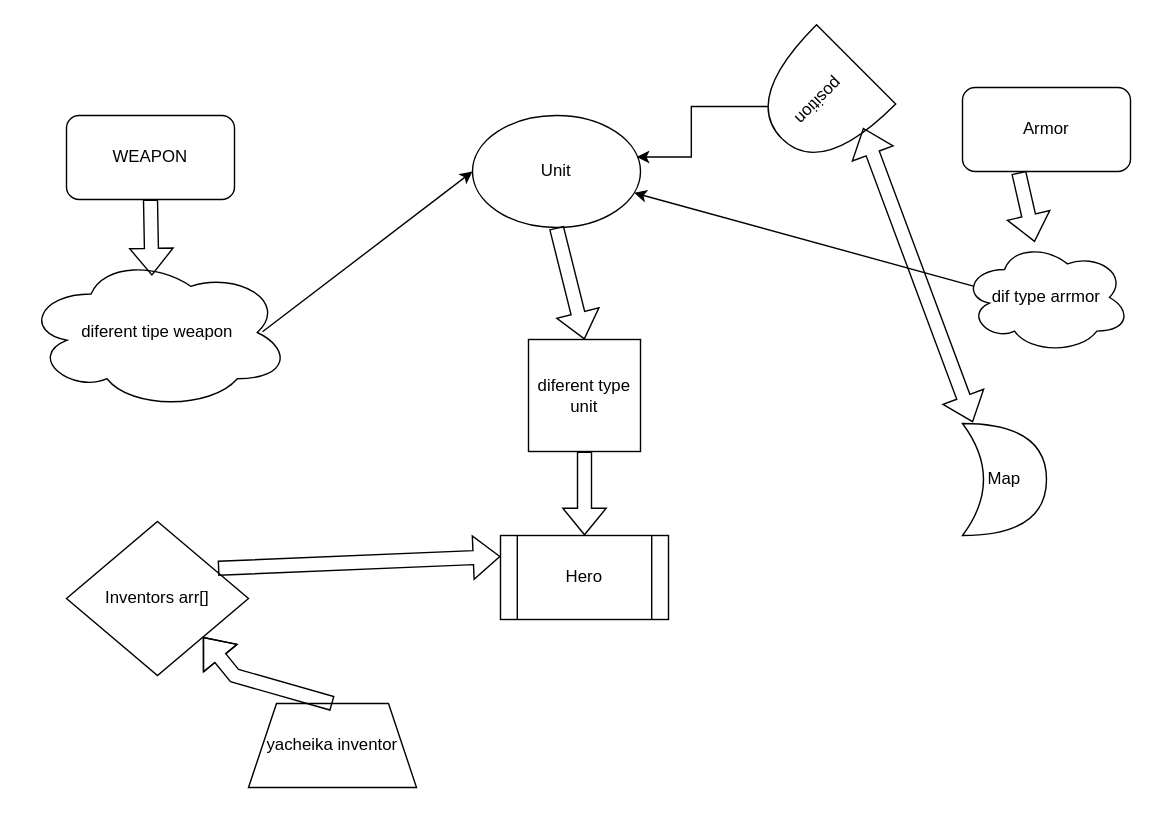
Before: Діаграма без назви.drawio in ngnlzer0/second_cours, a draw.io diagram. Source tidied: cells renumbered, new cells numbered last; positions are measured from the earlier drawing's top-left corner, leaving out a move shared by most shapes. Both pictures are drawn from the tidied source at 140%, with x=0, y=0 at pixel (24, 45).
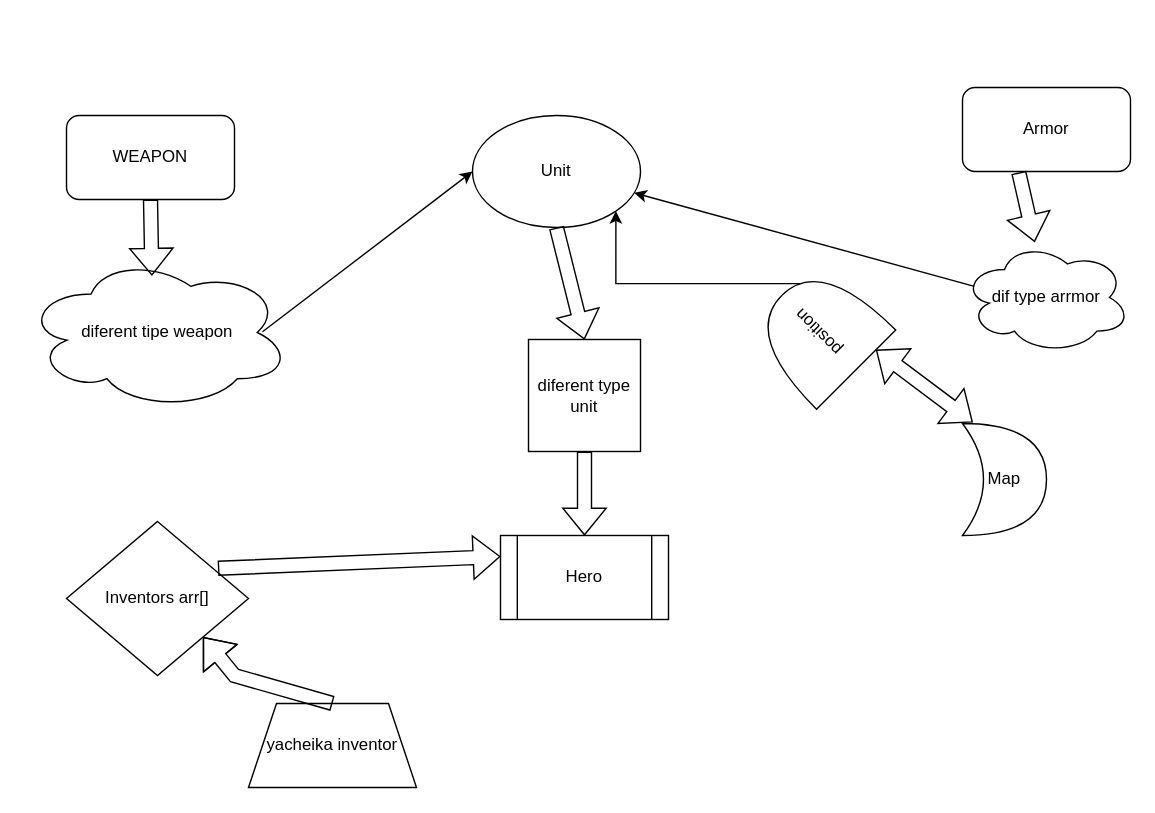
Above is the later version.

The change refers to these unchanged cells:
```xml
<mxCell id="5" value="Unit" style="ellipse;whiteSpace=wrap;html=1;" parent="1" vertex="1">
  <mxGeometry x="320" y="50" width="120" height="80" as="geometry" />
</mxCell>
<mxCell id="21" value="Map" style="shape=xor;whiteSpace=wrap;html=1;rotation=0;" parent="1" vertex="1">
  <mxGeometry x="670" y="270" width="60" height="80" as="geometry" />
</mxCell>
```

Change to the diagram source:
```diff
@@
-    <mxCell id="19" style="edgeStyle=orthogonalEdgeStyle;rounded=0;jettySize=auto;html=1;entryX=0.978;entryY=0.37;entryDx=0;entryDy=0;entryPerimeter=0;exitX=0.863;exitY=0.777;exitDx=0;exitDy=0;exitPerimeter=0;" parent="1" edge="1" source="20" target="5">
+    <mxCell id="19" style="edgeStyle=orthogonalEdgeStyle;rounded=0;jettySize=auto;html=1;entryX=1;entryY=1;entryDx=0;entryDy=0;exitX=0.863;exitY=0.777;exitDx=0;exitDy=0;exitPerimeter=0;" parent="1" edge="1" source="20" target="5">
       <mxGeometry relative="1" as="geometry" />
     </mxCell>
-    <mxCell id="20" value="position" style="shape=or;whiteSpace=wrap;html=1;rotation=135;" parent="1" vertex="1">
-      <mxGeometry x="530" width="75" height="80" as="geometry" />
+    <mxCell id="20" value="position" style="shape=or;whiteSpace=wrap;html=1;rotation=-135;" parent="1" vertex="1">
+      <mxGeometry x="530" y="165" width="75" height="80" as="geometry" />
     </mxCell>
@@
-    <mxCell id="22" style="shape=flexArrow;endArrow=classic;startArrow=classic;html=1;rounded=0;entryX=0.38;entryY=0.055;entryDx=0;entryDy=0;entryPerimeter=0;exitX=0.123;exitY=-0.01;exitDx=0;exitDy=0;exitPerimeter=0;" parent="1" edge="1" source="21" target="20">
+    <mxCell id="22" style="shape=flexArrow;endArrow=classic;startArrow=classic;html=1;rounded=0;entryX=0;entryY=0.75;entryDx=0;entryDy=0;entryPerimeter=0;exitX=0.123;exitY=-0.01;exitDx=0;exitDy=0;exitPerimeter=0;" parent="1" edge="1" source="21" target="20">
       <mxGeometry relative="1" as="geometry" />
     </mxCell>
```
